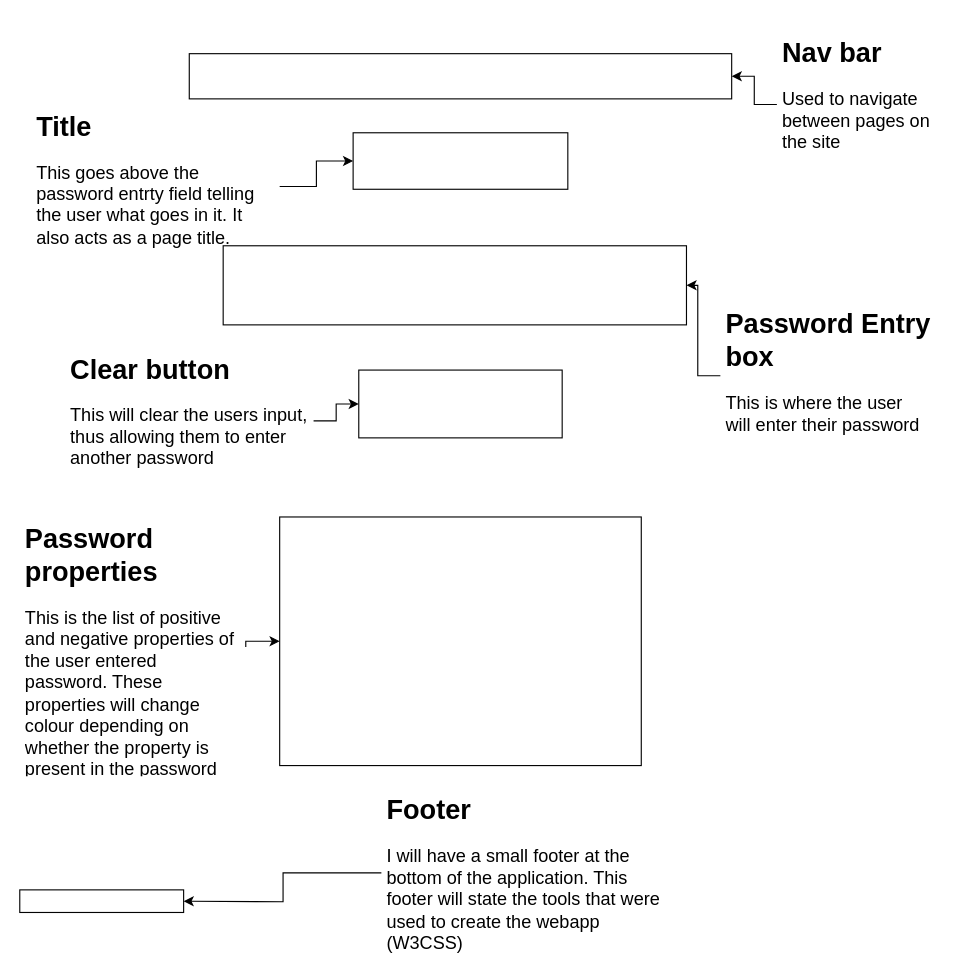
Jasper-27/Soft166Assignment keeps this draw.io diagram as Website Wireframes/Application (with clear).drawio. Above is the earlier version. Source tidied: cells renumbered, new cells numbered last; positions are measured from the earlier drawing's top-left corner, leaving out a move shared by most shapes. Both pictures are drawn from the tidied source at 113%, with x=0, y=0 at pixel (19, 31).
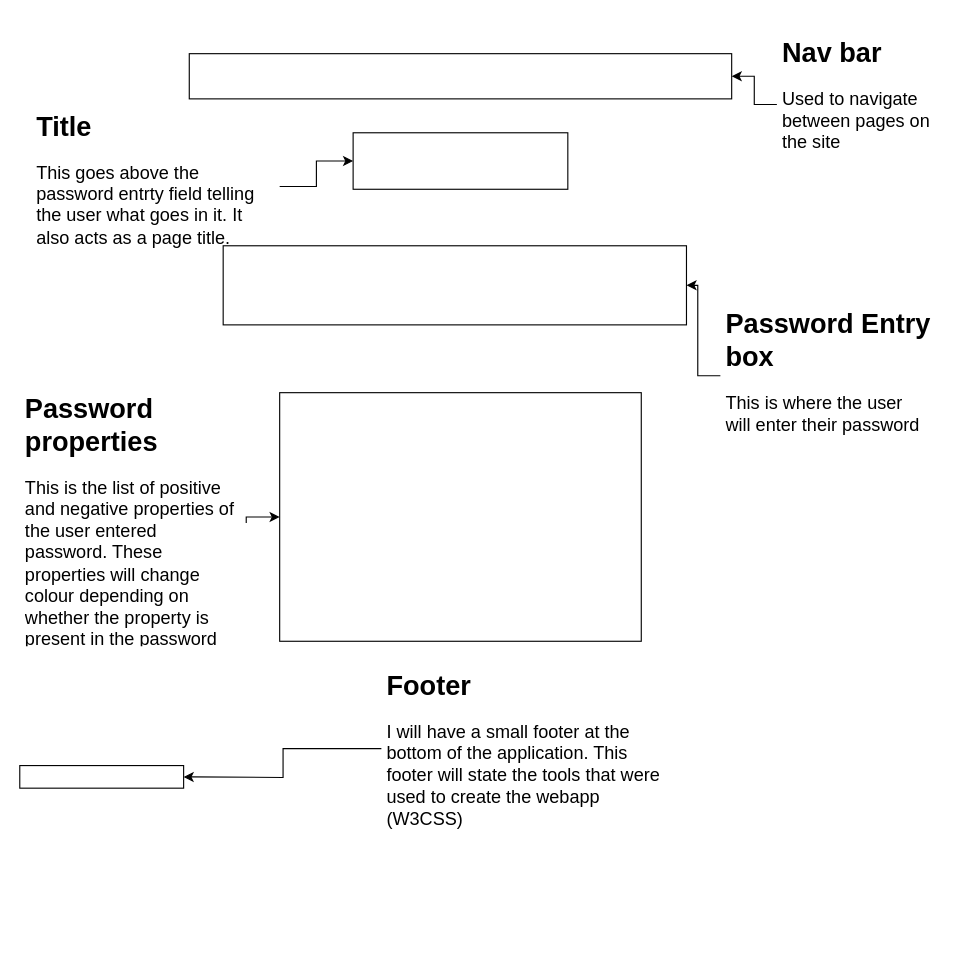
The same page after the edit.

Diff of the diagram source:
```diff
@@
     <mxCell id="5" style="rounded=0;whiteSpace=wrap;html=1;shadow=0;fillColor=#FFFFFF;strokeColor=#030303;" parent="1" vertex="1">
-      <mxGeometry x="230" y="430" width="320" height="220" as="geometry" />
+      <mxGeometry x="230" y="320" width="320" height="220" as="geometry" />
     </mxCell>
@@
-    <mxCell id="12" style="edgeStyle=orthogonalEdgeStyle;rounded=0;jettySize=auto;html=1;shadow=0;strokeColor=#000000;" parent="1" edge="1" source="13" target="19">
-      <mxGeometry relative="1" as="geometry" />
+    <mxCell id="12" style="edgeStyle=orthogonalEdgeStyle;rounded=0;orthogonalLoop=1;jettySize=auto;html=1;shadow=0;strokeColor=#000000;" parent="1" edge="1">
+      <mxGeometry relative="1" as="geometry">
+        <mxPoint x="260" y="345" as="sourcePoint" />
+      </mxGeometry>
     </mxCell>
-    <mxCell id="13" value="&lt;h1&gt;Clear button&lt;br&gt;&lt;/h1&gt;&lt;p&gt;&lt;font style=&quot;font-size: 16px&quot;&gt;This will clear the users input, thus allowing them to enter another password&lt;/font&gt;&lt;br&gt;&lt;/p&gt;" style="text;html=1;spacing=5;spacingTop=-20;whiteSpace=wrap;overflow=hidden;rounded=0;shadow=0;fontColor=#000000;" parent="1" vertex="1">
-      <mxGeometry x="40" y="280" width="220" height="130" as="geometry" />
-    </mxCell>
-    <mxCell id="14" style="edgeStyle=orthogonalEdgeStyle;rounded=0;jettySize=auto;html=1;entryX=0;entryY=0.5;entryDx=0;entryDy=0;shadow=0;strokeColor=#000000;exitX=1;exitY=0.5;exitDx=0;exitDy=0;" parent="1" edge="1" source="15" target="5">
+    <mxCell id="14" style="edgeStyle=orthogonalEdgeStyle;rounded=0;jettySize=auto;html=1;entryX=0;entryY=0.5;entryDx=0;entryDy=0;shadow=0;strokeColor=#000000;exitX=1;exitY=0.5;exitDx=0;exitDy=0;" parent="1" edge="1" target="5">
       <mxGeometry relative="1" as="geometry">
+        <mxPoint x="200.4" y="435.4" as="sourcePoint" />
         <Array as="points">
-          <mxPoint x="200" y="540" />
+          <mxPoint x="200" y="430" />
         </Array>
       </mxGeometry>
     </mxCell>
     <mxCell id="15" value="&lt;h1&gt;Password properties&lt;br&gt;&lt;/h1&gt;&lt;div id=&quot;inside&quot; class=&quot;text_box&quot;&gt;&lt;font style=&quot;font-size: 16px&quot;&gt;This is the list of positive and negative properties of the user entered password. These properties will change colour depending on whether the property is present in the password&lt;/font&gt;&lt;br&gt;&lt;/div&gt;" style="text;html=1;spacing=5;spacingTop=-20;whiteSpace=wrap;overflow=hidden;rounded=0;shadow=0;fontColor=#000000;" parent="1" vertex="1">
-      <mxGeometry y="430" width="200" height="230" as="geometry" />
+      <mxGeometry y="315" width="200" height="230" as="geometry" />
     </mxCell>
     <mxCell id="16" style="rounded=0;whiteSpace=wrap;html=1;shadow=0;fillColor=#FFFFFF;strokeColor=#030303;" parent="1" vertex="1">
-      <mxGeometry y="760" width="145" height="20" as="geometry" />
+      <mxGeometry y="650" width="145" height="20" as="geometry" />
     </mxCell>
     <mxCell id="17" style="edgeStyle=orthogonalEdgeStyle;rounded=0;jettySize=auto;html=1;entryX=1;entryY=0.5;entryDx=0;entryDy=0;shadow=0;strokeColor=#000000;" parent="1" edge="1" source="18">
       <mxGeometry relative="1" as="geometry">
-        <mxPoint x="145" y="770" as="targetPoint" />
+        <mxPoint x="145" y="660" as="targetPoint" />
       </mxGeometry>
     </mxCell>
     <mxCell id="18" value="&lt;h1&gt;Footer&lt;/h1&gt;&lt;p&gt;&lt;font style=&quot;font-size: 16px&quot;&gt;I will have a small footer at the bottom of the application. This footer will state the tools that were used to create the webapp (W3CSS)&lt;/font&gt;&lt;br&gt;&lt;/p&gt;" style="text;html=1;spacing=5;spacingTop=-20;whiteSpace=wrap;overflow=hidden;rounded=0;shadow=0;fontColor=#000000;" parent="1" vertex="1">
-      <mxGeometry x="320" y="670" width="260" height="150" as="geometry" />
+      <mxGeometry x="320" y="560" width="260" height="150" as="geometry" />
     </mxCell>
-    <mxCell id="19" style="rounded=0;whiteSpace=wrap;html=1;shadow=0;fillColor=#FFFFFF;strokeColor=#030303;" parent="1" vertex="1">
-      <mxGeometry x="300" y="300" width="180" height="60" as="geometry" />
-    </mxCell>
```
